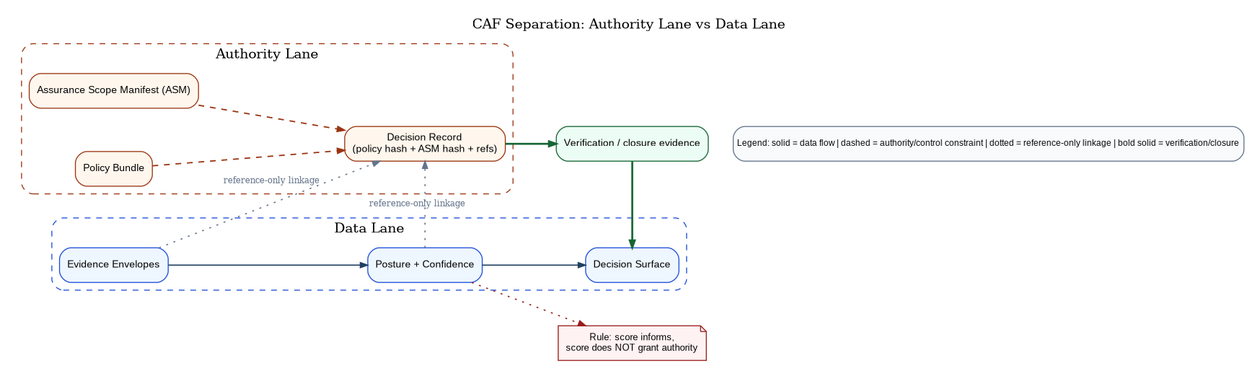
anboas/Whitepaper keeps this Graphviz diagram as papers/caf-ra/diagrams/caf_authority_data_separation.png. Above is the earlier version. Its source is kept beside it as papers/caf-ra/diagrams-src/caf_authority_data_separation.dot.
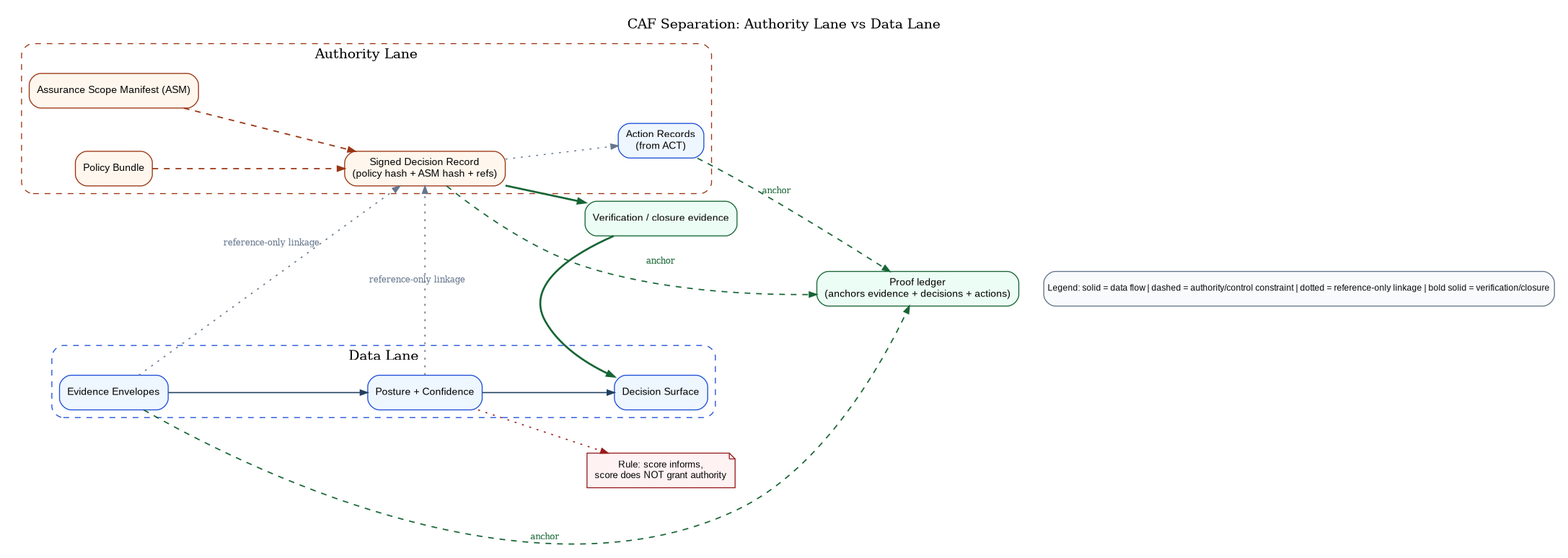
Above is the later version.

What changed in the source:
```diff
@@ -18,9 +18,11 @@
     style="rounded,dashed";
     ASM [label="Assurance Scope Manifest (ASM)", fillcolor="#FFF7ED", color="#9A3412"];
     Policy [label="Policy Bundle", fillcolor="#FFF7ED", color="#9A3412"];
-    Decision [label="Decision Record\n(policy hash + ASM hash + refs)", fillcolor="#FFF7ED", color="#9A3412"];
+    Decision [label="Signed Decision Record\n(policy hash + ASM hash + refs)", fillcolor="#FFF7ED", color="#9A3412"];
+    Action [label="Action Records\n(from ACT)", fillcolor="#EEF6FF", color="#1D4ED8"];
     ASM -> Decision [style=dashed, color="#9A3412", penwidth=1.35];
     Policy -> Decision [style=dashed, color="#9A3412", penwidth=1.35];
+    Decision -> Action [style=dotted, color="#64748B", penwidth=1.1];
   }
 
   subgraph cluster_data {
@@ -40,6 +42,11 @@
   Decision -> Verify [style=bold, color="#166534", penwidth=2.0];
   Verify -> Surface [style=bold, color="#166534", penwidth=2.0];
 
+  Ledger [label="Proof ledger\n(anchors evidence + decisions + actions)", fillcolor="#ECFDF5", color="#166534"];
+  Evidence -> Ledger [style=dashed, color="#166534", penwidth=1.3, label="anchor", fontsize=8.7, fontcolor="#166534"];
+  Decision -> Ledger [style=dashed, color="#166534", penwidth=1.3, label="anchor", fontsize=8.7, fontcolor="#166534"];
+  Action -> Ledger [style=dashed, color="#166534", penwidth=1.3, label="anchor", fontsize=8.7, fontcolor="#166534"];
+
   Guard [label="Rule: score informs,\nscore does NOT grant authority", shape=note, fillcolor="#FEF2F2", color="#991B1B", fontsize=10];
   Posture -> Guard [style=dotted, color="#991B1B"];
 
@@ -55,5 +62,5 @@
   ];
 
   { rank=sink; Legend; }
-  Verify -> Legend [style=invis, weight=0.01, constraint=false];
+  Ledger -> Legend [style=invis, weight=0.01, constraint=false];
 }
```
